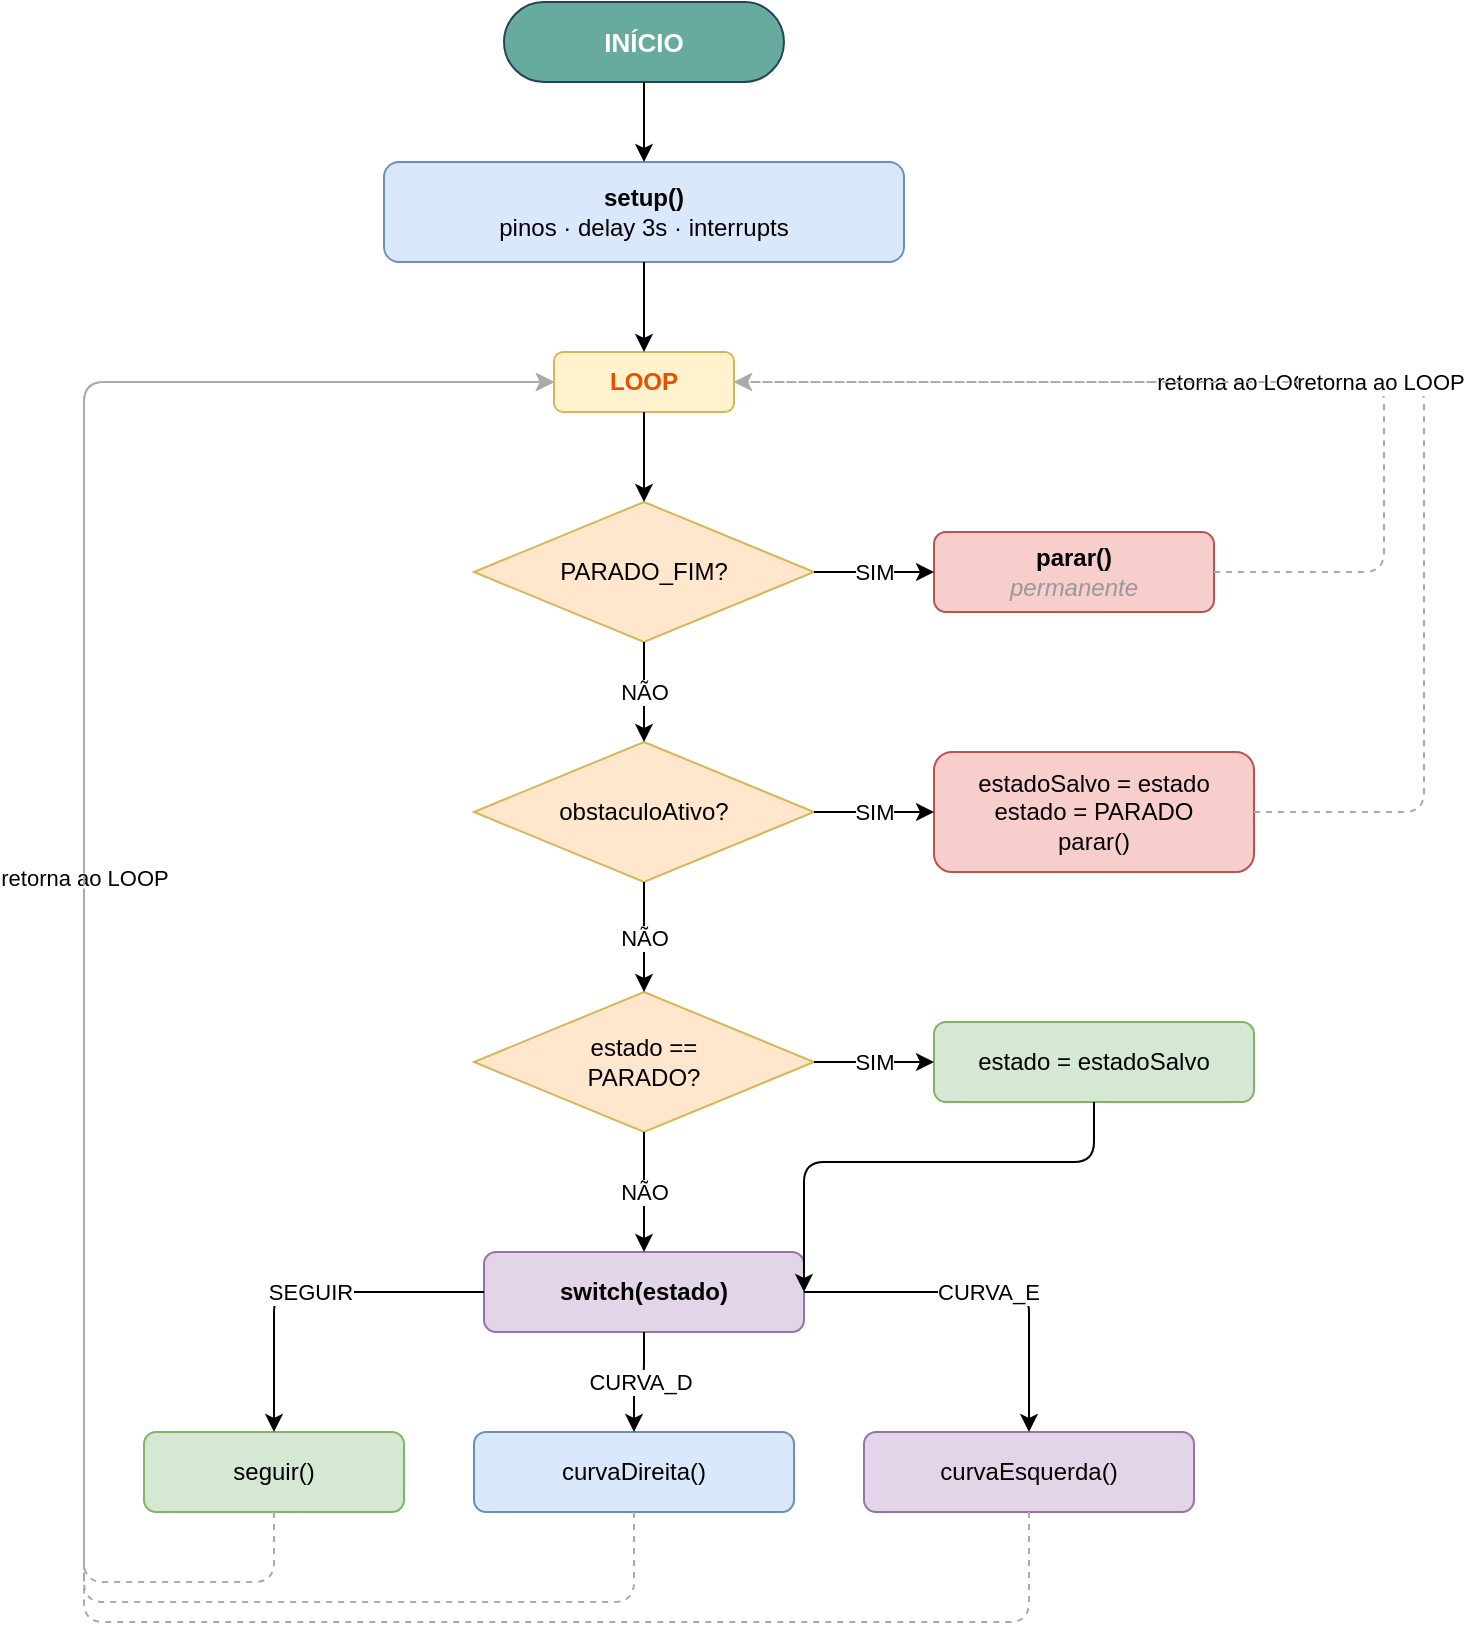
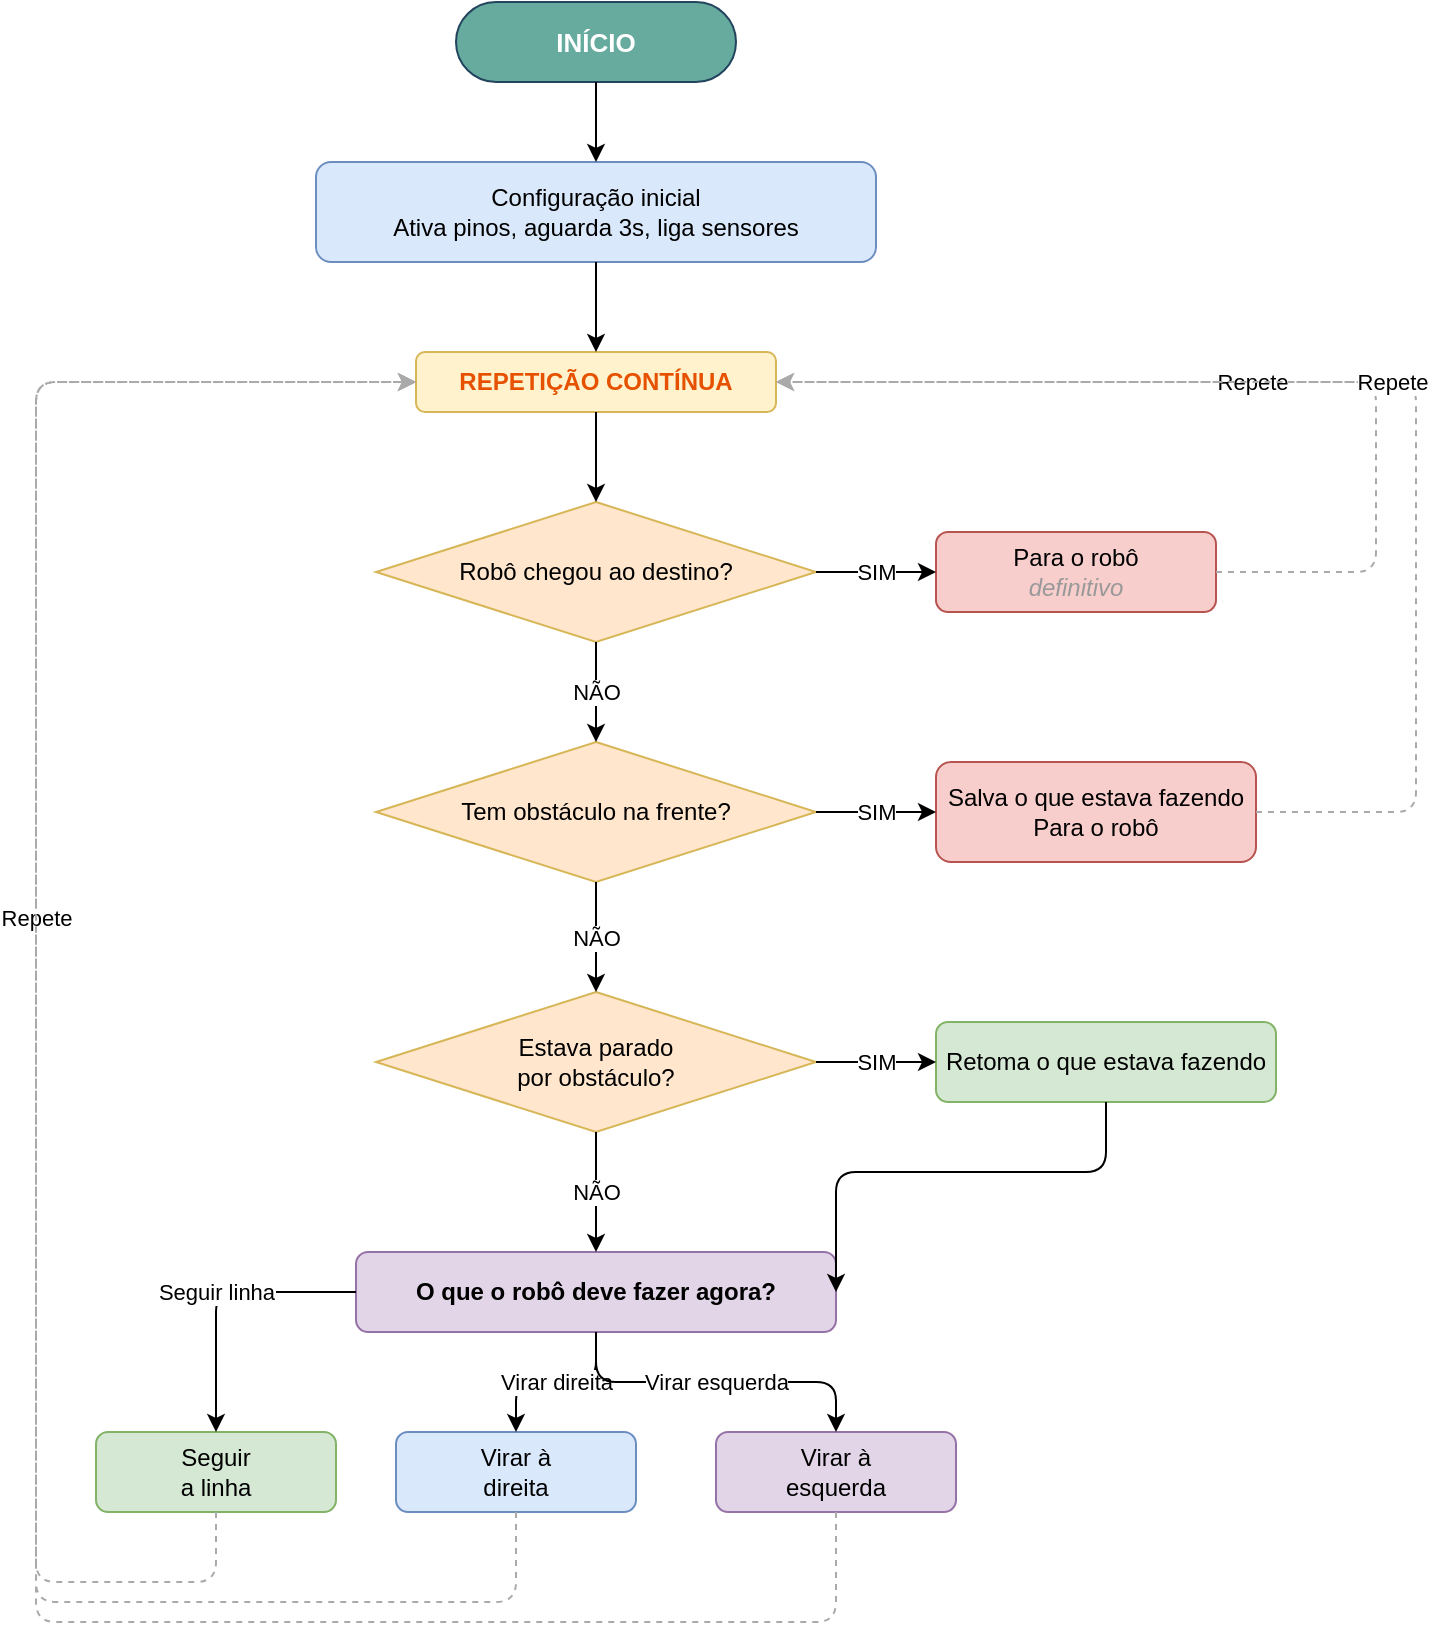
<?xml version="1.0" encoding="UTF-8"?>
<mxGraphModel dx="1422" dy="762" grid="1" gridSize="10" guides="1" tooltips="1" connect="1" arrows="1" fold="1" page="1" pageScale="1" pageWidth="1169" pageHeight="827" math="0" shadow="0">
  <root>
    <mxCell id="0"/>
    <mxCell id="1" parent="0"/>

    <!-- INÍCIO -->
    <mxCell id="10" value="INÍCIO" style="rounded=1;whiteSpace=wrap;html=1;arcSize=50;fillColor=#67AB9F;strokeColor=#23445D;fontColor=#ffffff;fontStyle=1;fontSize=13;" vertex="1" parent="1">
      <mxGeometry x="230" y="20" width="140" height="40" as="geometry"/>
    </mxCell>

    <!-- setup() -->
-     <mxCell id="11" value="&lt;b&gt;setup()&lt;/b&gt;&lt;br&gt;pinos · delay 3s · interrupts" style="rounded=1;whiteSpace=wrap;html=1;fillColor=#dae8fc;strokeColor=#6c8ebf;" vertex="1" parent="1">
-       <mxGeometry x="170" y="100" width="260" height="50" as="geometry"/>
+     <mxCell id="11" value="Configuração inicial&lt;br&gt;Ativa pinos, aguarda 3s, liga sensores" style="rounded=1;whiteSpace=wrap;html=1;fillColor=#dae8fc;strokeColor=#6c8ebf;" vertex="1" parent="1">
+       <mxGeometry x="160" y="100" width="280" height="50" as="geometry"/>
    </mxCell>

    <!-- LOOP -->
-     <mxCell id="12" value="&lt;b&gt;LOOP&lt;/b&gt;" style="rounded=1;whiteSpace=wrap;html=1;fillColor=#fff2cc;strokeColor=#d6b656;fontColor=#e65100;fontStyle=1;" vertex="1" parent="1">
-       <mxGeometry x="255" y="195" width="90" height="30" as="geometry"/>
+     <mxCell id="12" value="&lt;b&gt;REPETIÇÃO CONTÍNUA&lt;/b&gt;" style="rounded=1;whiteSpace=wrap;html=1;fillColor=#fff2cc;strokeColor=#d6b656;fontColor=#e65100;fontStyle=1;" vertex="1" parent="1">
+       <mxGeometry x="210" y="195" width="180" height="30" as="geometry"/>
    </mxCell>

    <!-- Diamond: PARADO_FIM? -->
-     <mxCell id="13" value="PARADO_FIM?" style="rhombus;whiteSpace=wrap;html=1;fillColor=#ffe6cc;strokeColor=#d6b656;" vertex="1" parent="1">
-       <mxGeometry x="215" y="270" width="170" height="70" as="geometry"/>
+     <mxCell id="13" value="Robô chegou ao destino?" style="rhombus;whiteSpace=wrap;html=1;fillColor=#ffe6cc;strokeColor=#d6b656;" vertex="1" parent="1">
+       <mxGeometry x="190" y="270" width="220" height="70" as="geometry"/>
    </mxCell>

    <!-- parar() permanente -->
-     <mxCell id="14" value="&lt;b&gt;parar()&lt;/b&gt;&lt;br&gt;&lt;font color=&quot;#999999&quot;&gt;&lt;i&gt;permanente&lt;/i&gt;&lt;/font&gt;" style="rounded=1;whiteSpace=wrap;html=1;fillColor=#f8cecc;strokeColor=#b85450;" vertex="1" parent="1">
-       <mxGeometry x="445" y="285" width="140" height="40" as="geometry"/>
+     <mxCell id="14" value="Para o robô&lt;br&gt;&lt;font color=&quot;#999999&quot;&gt;&lt;i&gt;definitivo&lt;/i&gt;&lt;/font&gt;" style="rounded=1;whiteSpace=wrap;html=1;fillColor=#f8cecc;strokeColor=#b85450;" vertex="1" parent="1">
+       <mxGeometry x="470" y="285" width="140" height="40" as="geometry"/>
    </mxCell>

    <!-- Diamond: obstaculoAtivo? -->
-     <mxCell id="15" value="obstaculoAtivo?" style="rhombus;whiteSpace=wrap;html=1;fillColor=#ffe6cc;strokeColor=#d6b656;" vertex="1" parent="1">
-       <mxGeometry x="215" y="390" width="170" height="70" as="geometry"/>
+     <mxCell id="15" value="Tem obstáculo na frente?" style="rhombus;whiteSpace=wrap;html=1;fillColor=#ffe6cc;strokeColor=#d6b656;" vertex="1" parent="1">
+       <mxGeometry x="190" y="390" width="220" height="70" as="geometry"/>
    </mxCell>

    <!-- salva + PARADO + parar() -->
-     <mxCell id="16" value="estadoSalvo = estado&lt;br&gt;estado = PARADO&lt;br&gt;parar()" style="rounded=1;whiteSpace=wrap;html=1;fillColor=#f8cecc;strokeColor=#b85450;" vertex="1" parent="1">
-       <mxGeometry x="445" y="395" width="160" height="60" as="geometry"/>
+     <mxCell id="16" value="Salva o que estava fazendo&lt;br&gt;Para o robô" style="rounded=1;whiteSpace=wrap;html=1;fillColor=#f8cecc;strokeColor=#b85450;" vertex="1" parent="1">
+       <mxGeometry x="470" y="400" width="160" height="50" as="geometry"/>
    </mxCell>

    <!-- Diamond: estado == PARADO? -->
-     <mxCell id="17" value="estado ==&lt;br&gt;PARADO?" style="rhombus;whiteSpace=wrap;html=1;fillColor=#ffe6cc;strokeColor=#d6b656;" vertex="1" parent="1">
-       <mxGeometry x="215" y="515" width="170" height="70" as="geometry"/>
+     <mxCell id="17" value="Estava parado&lt;br&gt;por obstáculo?" style="rhombus;whiteSpace=wrap;html=1;fillColor=#ffe6cc;strokeColor=#d6b656;" vertex="1" parent="1">
+       <mxGeometry x="190" y="515" width="220" height="70" as="geometry"/>
    </mxCell>

    <!-- estado = estadoSalvo -->
-     <mxCell id="18" value="estado = estadoSalvo" style="rounded=1;whiteSpace=wrap;html=1;fillColor=#d5e8d4;strokeColor=#82b366;" vertex="1" parent="1">
-       <mxGeometry x="445" y="530" width="160" height="40" as="geometry"/>
+     <mxCell id="18" value="Retoma o que estava fazendo" style="rounded=1;whiteSpace=wrap;html=1;fillColor=#d5e8d4;strokeColor=#82b366;" vertex="1" parent="1">
+       <mxGeometry x="470" y="530" width="170" height="40" as="geometry"/>
    </mxCell>

    <!-- switch(estado) -->
-     <mxCell id="19" value="&lt;b&gt;switch(estado)&lt;/b&gt;" style="rounded=1;whiteSpace=wrap;html=1;fillColor=#e1d5e7;strokeColor=#9673a6;" vertex="1" parent="1">
-       <mxGeometry x="220" y="645" width="160" height="40" as="geometry"/>
+     <mxCell id="19" value="&lt;b&gt;O que o robô deve fazer agora?&lt;/b&gt;" style="rounded=1;whiteSpace=wrap;html=1;fillColor=#e1d5e7;strokeColor=#9673a6;" vertex="1" parent="1">
+       <mxGeometry x="180" y="645" width="240" height="40" as="geometry"/>
    </mxCell>

    <!-- seguir() -->
-     <mxCell id="20" value="seguir()" style="rounded=1;whiteSpace=wrap;html=1;fillColor=#d5e8d4;strokeColor=#82b366;" vertex="1" parent="1">
-       <mxGeometry x="50" y="735" width="130" height="40" as="geometry"/>
+     <mxCell id="20" value="Seguir&lt;br&gt;a linha" style="rounded=1;whiteSpace=wrap;html=1;fillColor=#d5e8d4;strokeColor=#82b366;" vertex="1" parent="1">
+       <mxGeometry x="50" y="735" width="120" height="40" as="geometry"/>
    </mxCell>

    <!-- curvaDireita() -->
-     <mxCell id="21" value="curvaDireita()" style="rounded=1;whiteSpace=wrap;html=1;fillColor=#dae8fc;strokeColor=#6c8ebf;" vertex="1" parent="1">
-       <mxGeometry x="215" y="735" width="160" height="40" as="geometry"/>
+     <mxCell id="21" value="Virar à&lt;br&gt;direita" style="rounded=1;whiteSpace=wrap;html=1;fillColor=#dae8fc;strokeColor=#6c8ebf;" vertex="1" parent="1">
+       <mxGeometry x="200" y="735" width="120" height="40" as="geometry"/>
    </mxCell>

    <!-- curvaEsquerda() -->
-     <mxCell id="22" value="curvaEsquerda()" style="rounded=1;whiteSpace=wrap;html=1;fillColor=#e1d5e7;strokeColor=#9673a6;" vertex="1" parent="1">
-       <mxGeometry x="410" y="735" width="165" height="40" as="geometry"/>
+     <mxCell id="22" value="Virar à&lt;br&gt;esquerda" style="rounded=1;whiteSpace=wrap;html=1;fillColor=#e1d5e7;strokeColor=#9673a6;" vertex="1" parent="1">
+       <mxGeometry x="360" y="735" width="120" height="40" as="geometry"/>
    </mxCell>

    <!-- ── EDGES ── -->

-     <!-- INÍCIO → setup -->
    <mxCell id="30" style="edgeStyle=orthogonalEdgeStyle;html=1;" edge="1" source="10" target="11" parent="1">
      <mxGeometry relative="1" as="geometry"/>
    </mxCell>

-     <!-- setup → LOOP -->
    <mxCell id="31" style="edgeStyle=orthogonalEdgeStyle;html=1;" edge="1" source="11" target="12" parent="1">
      <mxGeometry relative="1" as="geometry"/>
    </mxCell>

-     <!-- LOOP → PARADO_FIM? -->
    <mxCell id="32" style="edgeStyle=orthogonalEdgeStyle;html=1;" edge="1" source="12" target="13" parent="1">
      <mxGeometry relative="1" as="geometry"/>
    </mxCell>

-     <!-- PARADO_FIM? → parar() [SIM, sai pela direita] -->
    <mxCell id="33" value="SIM" style="edgeStyle=orthogonalEdgeStyle;html=1;exitX=1;exitY=0.5;exitDx=0;exitDy=0;entryX=0;entryY=0.5;entryDx=0;entryDy=0;" edge="1" source="13" target="14" parent="1">
      <mxGeometry relative="1" as="geometry"/>
    </mxCell>

-     <!-- parar() perm → LOOP [dashed] -->
-     <mxCell id="34" value="retorna ao LOOP" style="edgeStyle=orthogonalEdgeStyle;html=1;dashed=1;strokeColor=#aaaaaa;entryX=1;entryY=0.5;entryDx=0;entryDy=0;" edge="1" source="14" target="12" parent="1">
+     <mxCell id="34" value="Repete" style="edgeStyle=orthogonalEdgeStyle;html=1;dashed=1;strokeColor=#aaaaaa;entryX=1;entryY=0.5;entryDx=0;entryDy=0;" edge="1" source="14" target="12" parent="1">
      <mxGeometry relative="1" as="geometry">
        <Array as="points">
-           <mxPoint x="670" y="305"/>
-           <mxPoint x="670" y="210"/>
-           <mxPoint x="345" y="210"/>
+           <mxPoint x="690" y="305"/>
+           <mxPoint x="690" y="210"/>
+           <mxPoint x="390" y="210"/>
        </Array>
      </mxGeometry>
    </mxCell>

-     <!-- PARADO_FIM? → obstaculoAtivo? [NÃO, sai por baixo] -->
    <mxCell id="35" value="NÃO" style="edgeStyle=orthogonalEdgeStyle;html=1;exitX=0.5;exitY=1;exitDx=0;exitDy=0;entryX=0.5;entryY=0;entryDx=0;entryDy=0;" edge="1" source="13" target="15" parent="1">
      <mxGeometry relative="1" as="geometry"/>
    </mxCell>

-     <!-- obstaculoAtivo? → salva+stop [SIM, sai pela direita] -->
    <mxCell id="36" value="SIM" style="edgeStyle=orthogonalEdgeStyle;html=1;exitX=1;exitY=0.5;exitDx=0;exitDy=0;entryX=0;entryY=0.5;entryDx=0;entryDy=0;" edge="1" source="15" target="16" parent="1">
      <mxGeometry relative="1" as="geometry"/>
    </mxCell>

-     <!-- salva+stop → LOOP [dashed] -->
-     <mxCell id="37" value="retorna ao LOOP" style="edgeStyle=orthogonalEdgeStyle;html=1;dashed=1;strokeColor=#aaaaaa;entryX=1;entryY=0.5;entryDx=0;entryDy=0;" edge="1" source="16" target="12" parent="1">
+     <mxCell id="37" value="Repete" style="edgeStyle=orthogonalEdgeStyle;html=1;dashed=1;strokeColor=#aaaaaa;entryX=1;entryY=0.5;entryDx=0;entryDy=0;" edge="1" source="16" target="12" parent="1">
      <mxGeometry relative="1" as="geometry">
        <Array as="points">
-           <mxPoint x="690" y="425"/>
-           <mxPoint x="690" y="210"/>
-           <mxPoint x="345" y="210"/>
+           <mxPoint x="710" y="425"/>
+           <mxPoint x="710" y="210"/>
+           <mxPoint x="390" y="210"/>
        </Array>
      </mxGeometry>
    </mxCell>

-     <!-- obstaculoAtivo? → estado==PARADO? [NÃO] -->
    <mxCell id="38" value="NÃO" style="edgeStyle=orthogonalEdgeStyle;html=1;exitX=0.5;exitY=1;exitDx=0;exitDy=0;entryX=0.5;entryY=0;entryDx=0;entryDy=0;" edge="1" source="15" target="17" parent="1">
      <mxGeometry relative="1" as="geometry"/>
    </mxCell>

-     <!-- estado==PARADO? → estadoSalvo [SIM] -->
    <mxCell id="39" value="SIM" style="edgeStyle=orthogonalEdgeStyle;html=1;exitX=1;exitY=0.5;exitDx=0;exitDy=0;entryX=0;entryY=0.5;entryDx=0;entryDy=0;" edge="1" source="17" target="18" parent="1">
      <mxGeometry relative="1" as="geometry"/>
    </mxCell>

-     <!-- estadoSalvo → switch [merge] -->
    <mxCell id="40" style="edgeStyle=orthogonalEdgeStyle;html=1;exitX=0.5;exitY=1;exitDx=0;exitDy=0;entryX=1;entryY=0.5;entryDx=0;entryDy=0;" edge="1" source="18" target="19" parent="1">
      <mxGeometry relative="1" as="geometry">
        <Array as="points">
-           <mxPoint x="525" y="600"/>
-           <mxPoint x="380" y="600"/>
-           <mxPoint x="380" y="665"/>
+           <mxPoint x="555" y="605"/>
+           <mxPoint x="420" y="605"/>
+           <mxPoint x="420" y="665"/>
        </Array>
      </mxGeometry>
    </mxCell>

-     <!-- estado==PARADO? → switch [NÃO] -->
    <mxCell id="41" value="NÃO" style="edgeStyle=orthogonalEdgeStyle;html=1;exitX=0.5;exitY=1;exitDx=0;exitDy=0;entryX=0.5;entryY=0;entryDx=0;entryDy=0;" edge="1" source="17" target="19" parent="1">
      <mxGeometry relative="1" as="geometry"/>
    </mxCell>

-     <!-- switch → seguir [SEGUIR] -->
-     <mxCell id="42" value="SEGUIR" style="edgeStyle=orthogonalEdgeStyle;html=1;" edge="1" source="19" target="20" parent="1">
+     <mxCell id="42" value="Seguir linha" style="edgeStyle=orthogonalEdgeStyle;html=1;" edge="1" source="19" target="20" parent="1">
      <mxGeometry relative="1" as="geometry"/>
    </mxCell>

-     <!-- switch → curvaDireita [CURVA_D] -->
-     <mxCell id="43" value="CURVA_D" style="edgeStyle=orthogonalEdgeStyle;html=1;" edge="1" source="19" target="21" parent="1">
+     <mxCell id="43" value="Virar direita" style="edgeStyle=orthogonalEdgeStyle;html=1;" edge="1" source="19" target="21" parent="1">
      <mxGeometry relative="1" as="geometry"/>
    </mxCell>

-     <!-- switch → curvaEsquerda [CURVA_E] -->
-     <mxCell id="44" value="CURVA_E" style="edgeStyle=orthogonalEdgeStyle;html=1;" edge="1" source="19" target="22" parent="1">
+     <mxCell id="44" value="Virar esquerda" style="edgeStyle=orthogonalEdgeStyle;html=1;" edge="1" source="19" target="22" parent="1">
      <mxGeometry relative="1" as="geometry"/>
    </mxCell>

-     <!-- seguir → LOOP [dashed] -->
-     <mxCell id="45" value="retorna ao LOOP" style="edgeStyle=orthogonalEdgeStyle;html=1;dashed=1;strokeColor=#aaaaaa;exitX=0.5;exitY=1;exitDx=0;exitDy=0;entryX=0;entryY=0.5;entryDx=0;entryDy=0;" edge="1" source="20" target="12" parent="1">
+     <mxCell id="45" value="Repete" style="edgeStyle=orthogonalEdgeStyle;html=1;dashed=1;strokeColor=#aaaaaa;exitX=0.5;exitY=1;exitDx=0;exitDy=0;entryX=0;entryY=0.5;entryDx=0;entryDy=0;" edge="1" source="20" target="12" parent="1">
      <mxGeometry relative="1" as="geometry">
        <Array as="points">
-           <mxPoint x="115" y="810"/>
+           <mxPoint x="110" y="810"/>
          <mxPoint x="20" y="810"/>
          <mxPoint x="20" y="210"/>
-           <mxPoint x="255" y="210"/>
+           <mxPoint x="210" y="210"/>
        </Array>
      </mxGeometry>
    </mxCell>

-     <!-- curvaDireita → LOOP [dashed] -->
    <mxCell id="46" style="edgeStyle=orthogonalEdgeStyle;html=1;dashed=1;strokeColor=#aaaaaa;exitX=0.5;exitY=1;exitDx=0;exitDy=0;entryX=0;entryY=0.5;entryDx=0;entryDy=0;" edge="1" source="21" target="12" parent="1">
      <mxGeometry relative="1" as="geometry">
        <Array as="points">
-           <mxPoint x="295" y="820"/>
+           <mxPoint x="260" y="820"/>
          <mxPoint x="20" y="820"/>
          <mxPoint x="20" y="210"/>
-           <mxPoint x="255" y="210"/>
+           <mxPoint x="210" y="210"/>
        </Array>
      </mxGeometry>
    </mxCell>

-     <!-- curvaEsquerda → LOOP [dashed] -->
    <mxCell id="47" style="edgeStyle=orthogonalEdgeStyle;html=1;dashed=1;strokeColor=#aaaaaa;exitX=0.5;exitY=1;exitDx=0;exitDy=0;entryX=0;entryY=0.5;entryDx=0;entryDy=0;" edge="1" source="22" target="12" parent="1">
      <mxGeometry relative="1" as="geometry">
        <Array as="points">
-           <mxPoint x="492" y="830"/>
+           <mxPoint x="420" y="830"/>
          <mxPoint x="20" y="830"/>
          <mxPoint x="20" y="210"/>
-           <mxPoint x="255" y="210"/>
+           <mxPoint x="210" y="210"/>
        </Array>
      </mxGeometry>
    </mxCell>

  </root>
</mxGraphModel>
